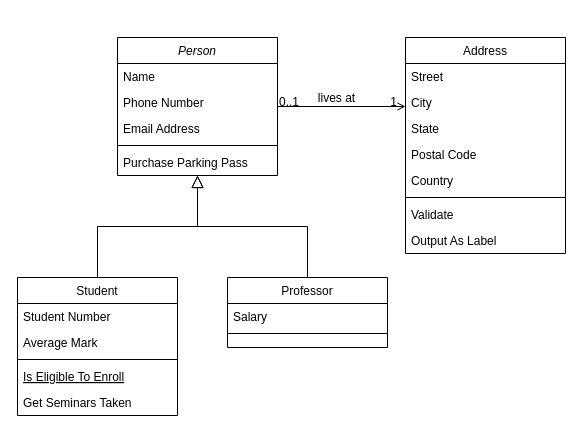
Earlier version of the draw.io diagram clock-wc.drawio (spike004/drawio). Source tidied: cells renumbered, new cells numbered last; positions are measured from the earlier drawing's top-left corner, leaving out a move shared by most shapes. Both pictures are drawn from the tidied source at 100%, with x=0, y=0 at pixel (17, 37).
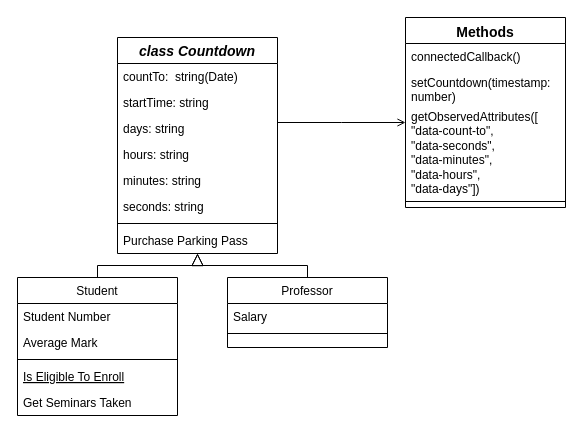
The same diagram, later.

The change refers to these unchanged cells:
```xml
<mxCell id="28" style="endArrow=open;shadow=0;strokeWidth=1;rounded=0;endFill=1;edgeStyle=elbowEdgeStyle;elbow=vertical;" parent="1" edge="1" source="2" target="19">
  <mxGeometry x="0.5" y="41" relative="1" as="geometry">
    <mxPoint x="-40" y="32" as="offset" />
  </mxGeometry>
</mxCell>
```

Diff of the diagram source:
```diff
@@
-    <mxCell id="2" value="Person" style="swimlane;fontStyle=2;align=center;verticalAlign=top;horizontal=1;startSize=26;rounded=0;shadow=0;strokeWidth=1;" parent="1" vertex="1">
-      <mxGeometry x="100" width="160" height="138" as="geometry" />
+    <mxCell id="2" value="class Countdown" style="swimlane;fontStyle=3;align=center;verticalAlign=middle;horizontal=1;startSize=26;rounded=0;shadow=0;strokeWidth=1;fontSize=14;" parent="1" vertex="1">
+      <mxGeometry x="100" width="160" height="216" as="geometry" />
     </mxCell>
-    <mxCell id="3" value="Name" style="text;align=left;verticalAlign=top;spacingLeft=4;spacingRight=4;overflow=hidden;" parent="2" vertex="1">
+    <mxCell id="3" value="countTo:  string(Date)" style="text;align=left;verticalAlign=top;spacingLeft=4;spacingRight=4;overflow=hidden;" parent="2" vertex="1">
       <mxGeometry y="26" width="160" height="26" as="geometry" />
     </mxCell>
-    <mxCell id="4" value="Phone Number" style="text;align=left;verticalAlign=top;spacingLeft=4;spacingRight=4;overflow=hidden;rounded=0;shadow=0;html=0;" parent="2" vertex="1">
+    <mxCell id="4" value="startTime: string" style="text;align=left;verticalAlign=top;spacingLeft=4;spacingRight=4;overflow=hidden;rounded=0;shadow=0;html=0;" parent="2" vertex="1">
       <mxGeometry y="52" width="160" height="26" as="geometry" />
     </mxCell>
-    <mxCell id="5" value="Email Address" style="text;align=left;verticalAlign=top;spacingLeft=4;spacingRight=4;overflow=hidden;rounded=0;shadow=0;html=0;" parent="2" vertex="1">
+    <mxCell id="5" value="days: string" style="text;align=left;verticalAlign=top;spacingLeft=4;spacingRight=4;overflow=hidden;rounded=0;shadow=0;html=0;" parent="2" vertex="1">
       <mxGeometry y="78" width="160" height="26" as="geometry" />
     </mxCell>
+    <mxCell id="32" value="hours: string" style="text;align=left;verticalAlign=top;spacingLeft=4;spacingRight=4;overflow=hidden;rounded=0;shadow=0;html=0;" parent="2" vertex="1">
+      <mxGeometry y="104" width="160" height="26" as="geometry" />
+    </mxCell>
+    <mxCell id="33" value="minutes: string" style="text;align=left;verticalAlign=top;spacingLeft=4;spacingRight=4;overflow=hidden;rounded=0;shadow=0;html=0;" parent="2" vertex="1">
+      <mxGeometry y="130" width="160" height="26" as="geometry" />
+    </mxCell>
+    <mxCell id="34" value="seconds: string" style="text;align=left;verticalAlign=top;spacingLeft=4;spacingRight=4;overflow=hidden;rounded=0;shadow=0;html=0;" parent="2" vertex="1">
+      <mxGeometry y="156" width="160" height="26" as="geometry" />
+    </mxCell>
     <mxCell id="6" style="line;html=1;strokeWidth=1;align=left;verticalAlign=middle;spacingTop=-1;spacingLeft=3;spacingRight=3;labelPosition=right;" parent="2" vertex="1">
-      <mxGeometry y="104" width="160" height="8" as="geometry" />
+      <mxGeometry y="182" width="160" height="8" as="geometry" />
     </mxCell>
     <mxCell id="7" value="Purchase Parking Pass" style="text;align=left;verticalAlign=top;spacingLeft=4;spacingRight=4;overflow=hidden;" parent="2" vertex="1">
-      <mxGeometry y="112" width="160" height="26" as="geometry" />
+      <mxGeometry y="190" width="160" height="26" as="geometry" />
     </mxCell>
@@
-    <mxCell id="19" value="Address" style="swimlane;fontStyle=0;align=center;verticalAlign=top;horizontal=1;startSize=26;rounded=0;shadow=0;strokeWidth=1;" parent="1" vertex="1">
-      <mxGeometry x="388" width="160" height="216" as="geometry" />
+    <mxCell id="19" value="Methods" style="swimlane;fontStyle=1;align=center;verticalAlign=top;horizontal=1;startSize=26;rounded=0;shadow=0;strokeWidth=1;fontSize=14;" parent="1" vertex="1">
+      <mxGeometry x="388" y="-20" width="160" height="190" as="geometry" />
     </mxCell>
+    <mxCell id="22" value="connectedCallback()" style="text;align=left;verticalAlign=top;spacingLeft=4;spacingRight=4;overflow=hidden;rounded=0;shadow=0;html=0;" parent="19" vertex="1">
+      <mxGeometry y="26" width="160" height="26" as="geometry" />
+    </mxCell>
-    <mxCell id="20" value="Street" style="text;align=left;verticalAlign=top;spacingLeft=4;spacingRight=4;overflow=hidden;" parent="19" vertex="1">
-      <mxGeometry y="26" width="160" height="26" as="geometry" />
+    <mxCell id="20" value="setCountdown(timestamp: number)" style="text;align=left;verticalAlign=top;spacingLeft=4;spacingRight=4;overflow=hidden;whiteSpace=wrap;" parent="19" vertex="1">
+      <mxGeometry y="52" width="160" height="34" as="geometry" />
     </mxCell>
-    <mxCell id="21" value="City" style="text;align=left;verticalAlign=top;spacingLeft=4;spacingRight=4;overflow=hidden;rounded=0;shadow=0;html=0;" parent="19" vertex="1">
-      <mxGeometry y="52" width="160" height="26" as="geometry" />
-    </mxCell>
-    <mxCell id="22" value="State" style="text;align=left;verticalAlign=top;spacingLeft=4;spacingRight=4;overflow=hidden;rounded=0;shadow=0;html=0;" parent="19" vertex="1">
-      <mxGeometry y="78" width="160" height="26" as="geometry" />
-    </mxCell>
-    <mxCell id="23" value="Postal Code" style="text;align=left;verticalAlign=top;spacingLeft=4;spacingRight=4;overflow=hidden;rounded=0;shadow=0;html=0;" parent="19" vertex="1">
-      <mxGeometry y="104" width="160" height="26" as="geometry" />
+    <mxCell id="23" value="getObservedAttributes([&#10;&quot;data-count-to&quot;, &#10;&quot;data-seconds&quot;, &#10;&quot;data-minutes&quot;, &#10;&quot;data-hours&quot;, &#10;&quot;data-days&quot;])" style="text;align=left;verticalAlign=top;spacingLeft=4;spacingRight=4;overflow=hidden;rounded=0;shadow=0;html=0;whiteSpace=wrap;" parent="19" vertex="1">
+      <mxGeometry y="86" width="160" height="94" as="geometry" />
     </mxCell>
-    <mxCell id="24" value="Country" style="text;align=left;verticalAlign=top;spacingLeft=4;spacingRight=4;overflow=hidden;rounded=0;shadow=0;html=0;" parent="19" vertex="1">
-      <mxGeometry y="130" width="160" height="26" as="geometry" />
-    </mxCell>
     <mxCell id="25" style="line;html=1;strokeWidth=1;align=left;verticalAlign=middle;spacingTop=-1;spacingLeft=3;spacingRight=3;labelPosition=right;" parent="19" vertex="1">
-      <mxGeometry y="156" width="160" height="8" as="geometry" />
+      <mxGeometry y="180" width="160" height="8" as="geometry" />
     </mxCell>
-    <mxCell id="26" value="Validate" style="text;align=left;verticalAlign=top;spacingLeft=4;spacingRight=4;overflow=hidden;" parent="19" vertex="1">
-      <mxGeometry y="164" width="160" height="26" as="geometry" />
-    </mxCell>
-    <mxCell id="27" value="Output As Label" style="text;align=left;verticalAlign=top;spacingLeft=4;spacingRight=4;overflow=hidden;" parent="19" vertex="1">
-      <mxGeometry y="190" width="160" height="26" as="geometry" />
-    </mxCell>
@@
-    <mxCell id="29" value="0..1" style="align=left;verticalAlign=bottom;labelBackgroundColor=none;fontSize=12;" parent="28" vertex="1">
-      <mxGeometry x="-1" relative="1" as="geometry">
-        <mxPoint y="4" as="offset" />
-      </mxGeometry>
-    </mxCell>
-    <mxCell id="30" value="1" style="align=right;verticalAlign=bottom;labelBackgroundColor=none;fontSize=12;" parent="28" vertex="1">
-      <mxGeometry x="1" relative="1" as="geometry">
-        <mxPoint x="-7" y="4" as="offset" />
-      </mxGeometry>
-    </mxCell>
-    <mxCell id="31" value="lives at" style="text;html=1;align=center;verticalAlign=middle;labelBackgroundColor=none;rounded=0;shadow=0;strokeWidth=1;fontSize=12;" parent="28" vertex="1">
-      <mxGeometry x="0.5" y="49" relative="1" as="geometry">
-        <mxPoint x="-38" y="40" as="offset" />
-      </mxGeometry>
-    </mxCell>
```
